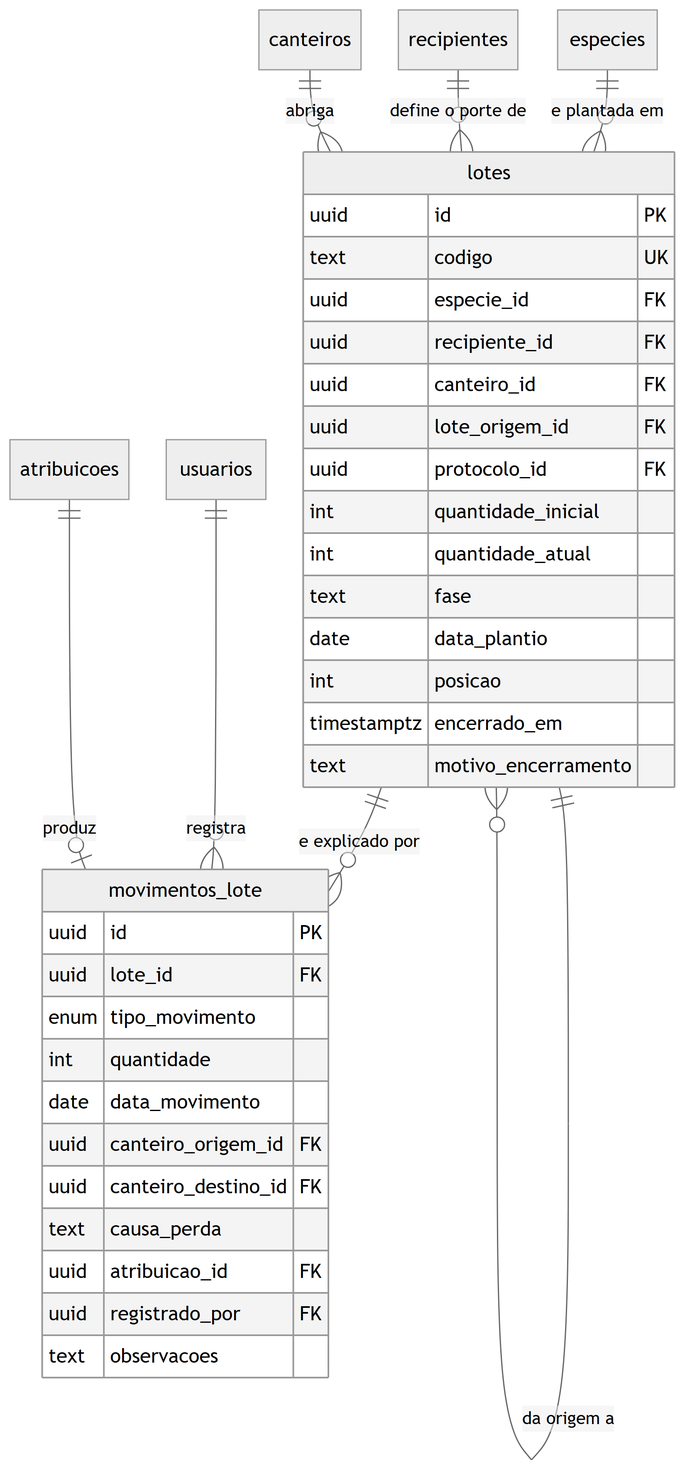
This is docs/engenharia/modelo-dados-pt/img/fig15-producao-lote.png from JoaoMudar/tcc, a Mermaid export, as it was before one commit. Its source is kept beside it as docs/engenharia/modelo-dados-pt/mmd/fig15-producao-lote.mmd.
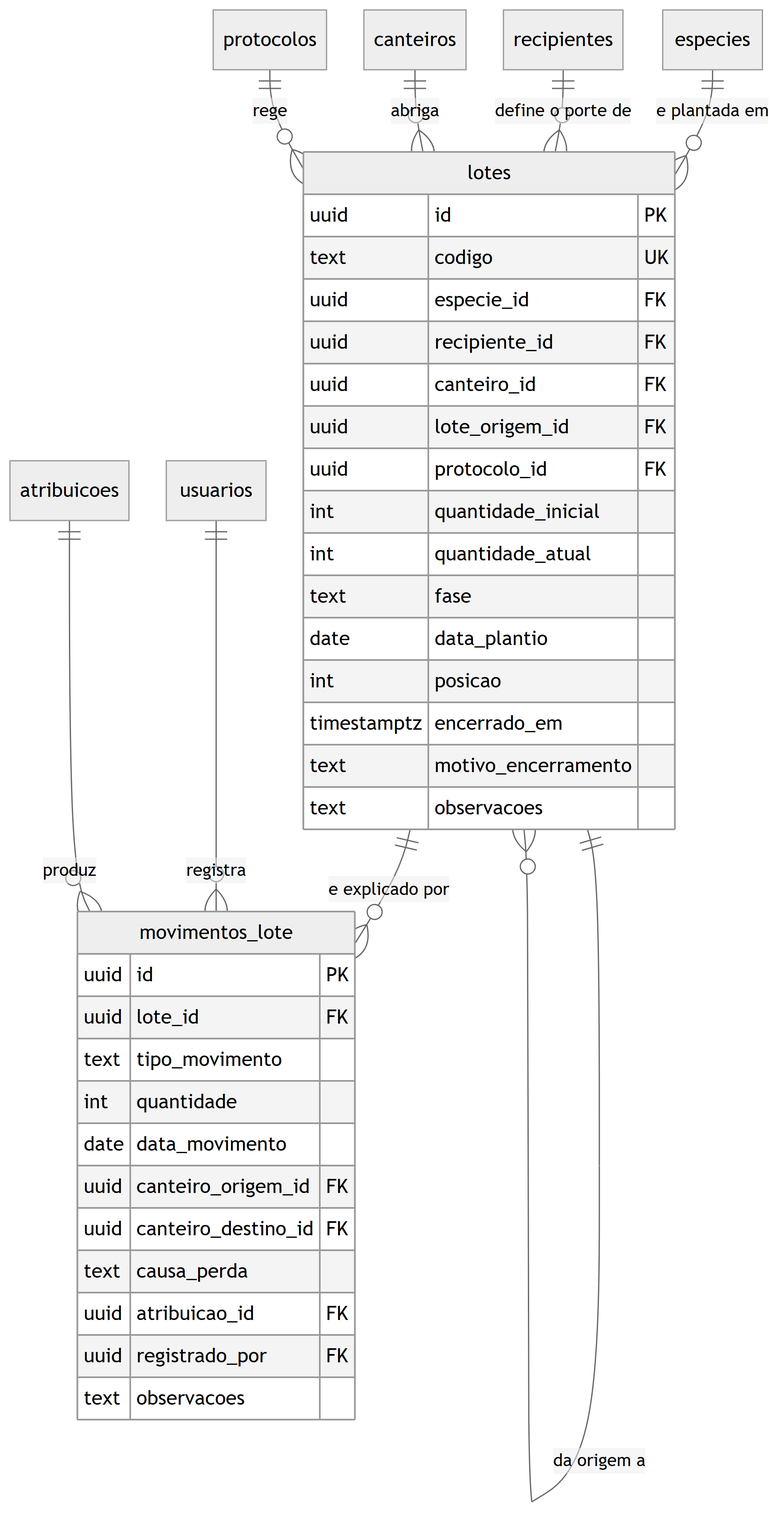
After the commit.

Change to the diagram source:
```diff
@@ -14,11 +14,12 @@
     int         posicao
     timestamptz encerrado_em
     text        motivo_encerramento
+    text        observacoes
   }
   movimentos_lote {
     uuid id PK
     uuid lote_id FK
-    enum tipo_movimento
+    text tipo_movimento
     int  quantidade
     date data_movimento
     uuid canteiro_origem_id FK
@@ -33,6 +34,7 @@
   canteiros {}
   usuarios {}
   atribuicoes {}
+  protocolos {}
 
   lotes ||--o{ movimentos_lote : "e explicado por"
   lotes ||--o{ lotes           : "da origem a"
@@ -40,4 +42,5 @@
   recipientes ||--o{ lotes : "define o porte de"
   canteiros   ||--o{ lotes : "abriga"
   usuarios    ||--o{ movimentos_lote : "registra"
-  atribuicoes ||--o| movimentos_lote : "produz"
+  atribuicoes ||--o{ movimentos_lote : "produz"
+  protocolos  ||--o{ lotes : "rege"
```
